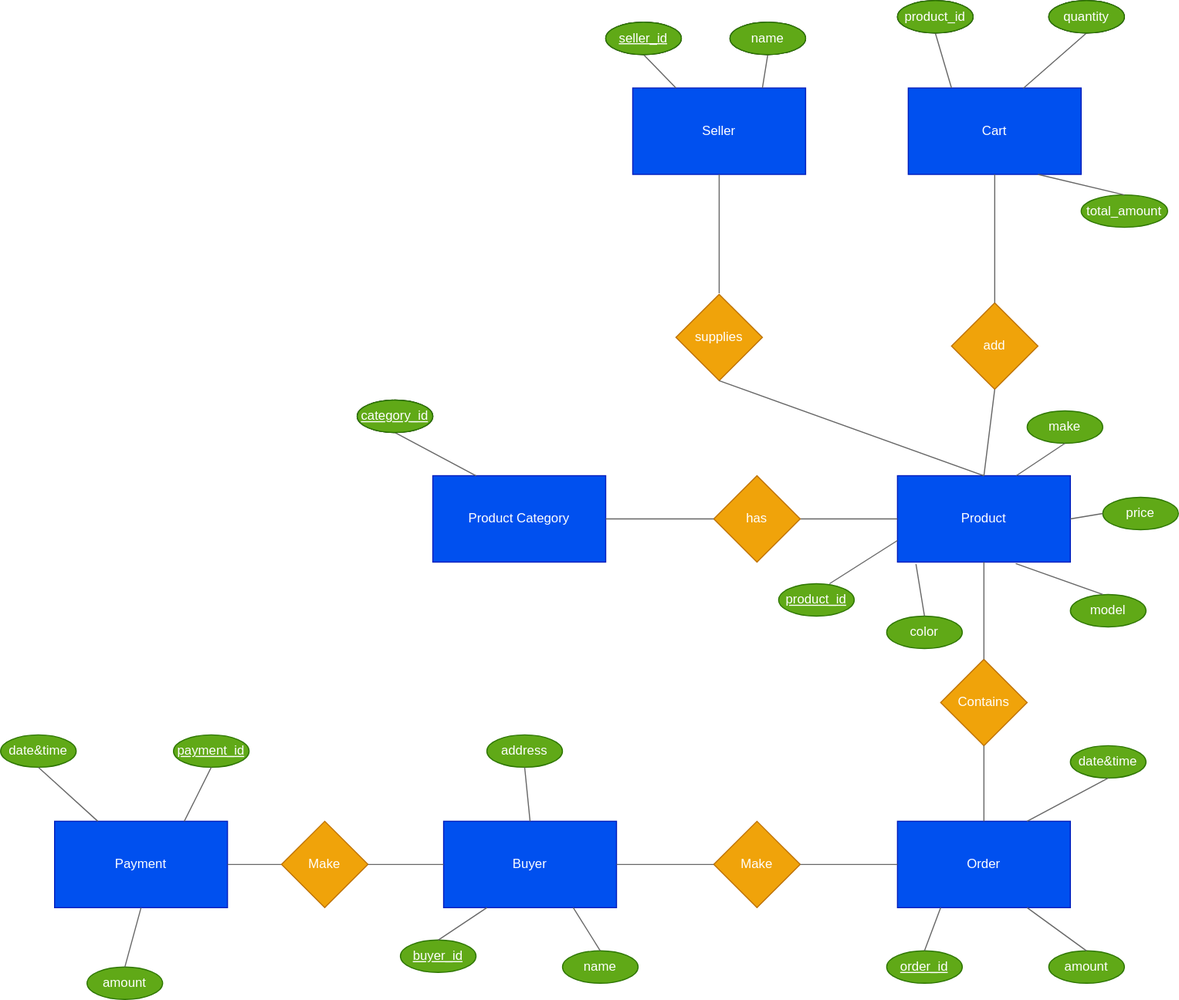
Before: ER_diagram.drawio.svg, a diagram exported from draw.io (Hemakanth1/shopping-cart-system). Source tidied: cells renumbered, new cells last; positions are measured from the earlier drawing's top-left corner, leaving out a move shared by most shapes.
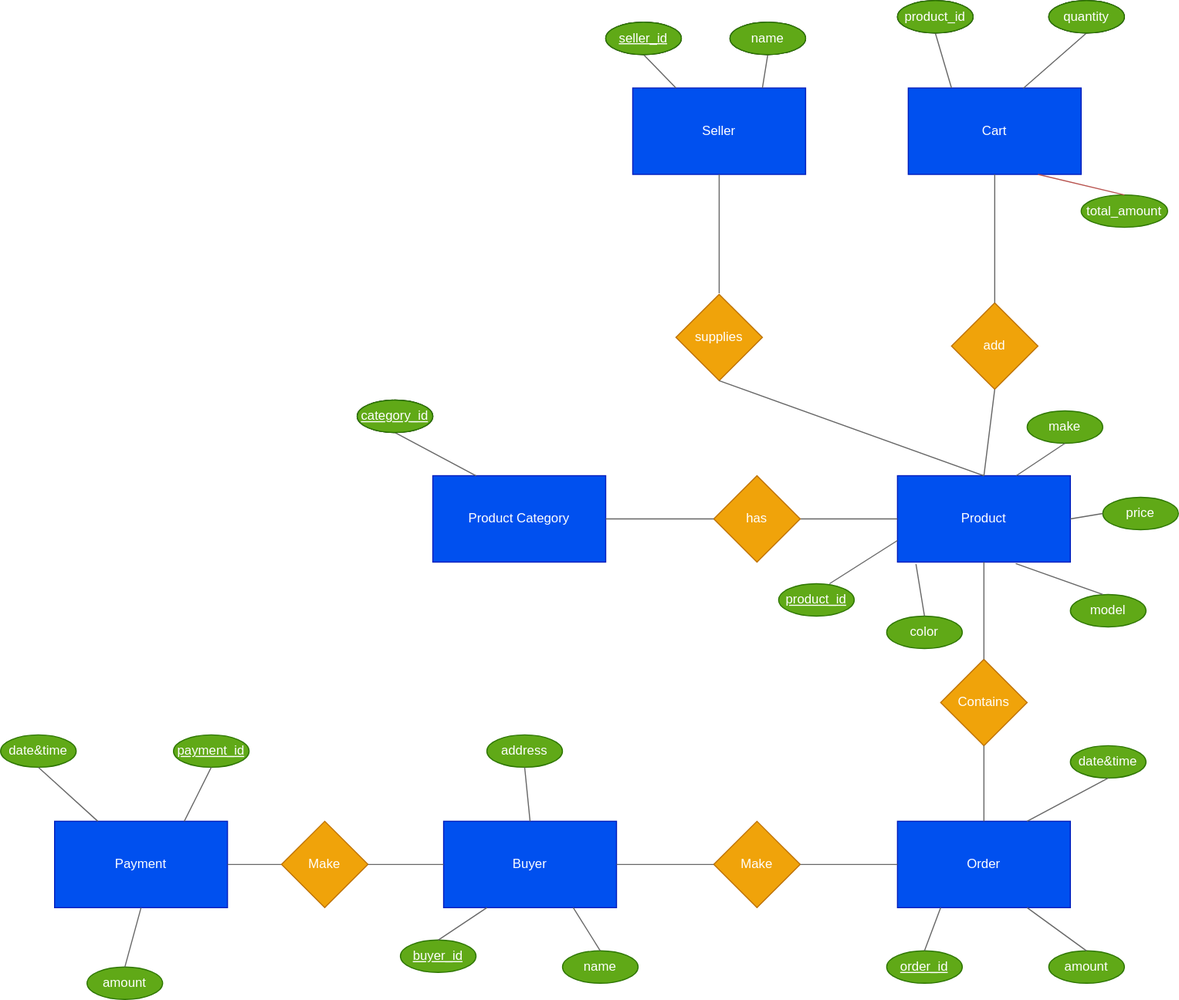
After the commit.

What changed in the source:
```diff
@@ -192,7 +192,7 @@
     <mxCell id="63" style="endArrow=none;html=1;fontColor=#FFFFFF;entryX=0.5;entryY=1;entryDx=0;entryDy=0;exitX=0.665;exitY=0.004;exitDx=0;exitDy=0;exitPerimeter=0;fillColor=#f5f5f5;strokeColor=#666666;" parent="1" edge="1" source="5" target="60">
       <mxGeometry relative="1" as="geometry" />
     </mxCell>
-    <mxCell id="64" style="endArrow=none;html=1;fontColor=#FFFFFF;entryX=0.5;entryY=0;entryDx=0;entryDy=0;exitX=0.75;exitY=1;exitDx=0;exitDy=0;fillColor=#f5f5f5;strokeColor=#666666;" parent="1" edge="1" source="5" target="61">
+    <mxCell id="64" style="endArrow=none;html=1;fontColor=#FFFFFF;entryX=0.5;entryY=0;entryDx=0;entryDy=0;exitX=0.75;exitY=1;exitDx=0;exitDy=0;fillColor=#f8cecc;strokeColor=#b85450;" parent="1" edge="1" source="5" target="61">
       <mxGeometry relative="1" as="geometry" />
     </mxCell>
     <mxCell id="65" value="&lt;u&gt;category_id&lt;/u&gt;" style="ellipse;whiteSpace=wrap;html=1;fontColor=#FFFFFF;" parent="1" vertex="1">
```
